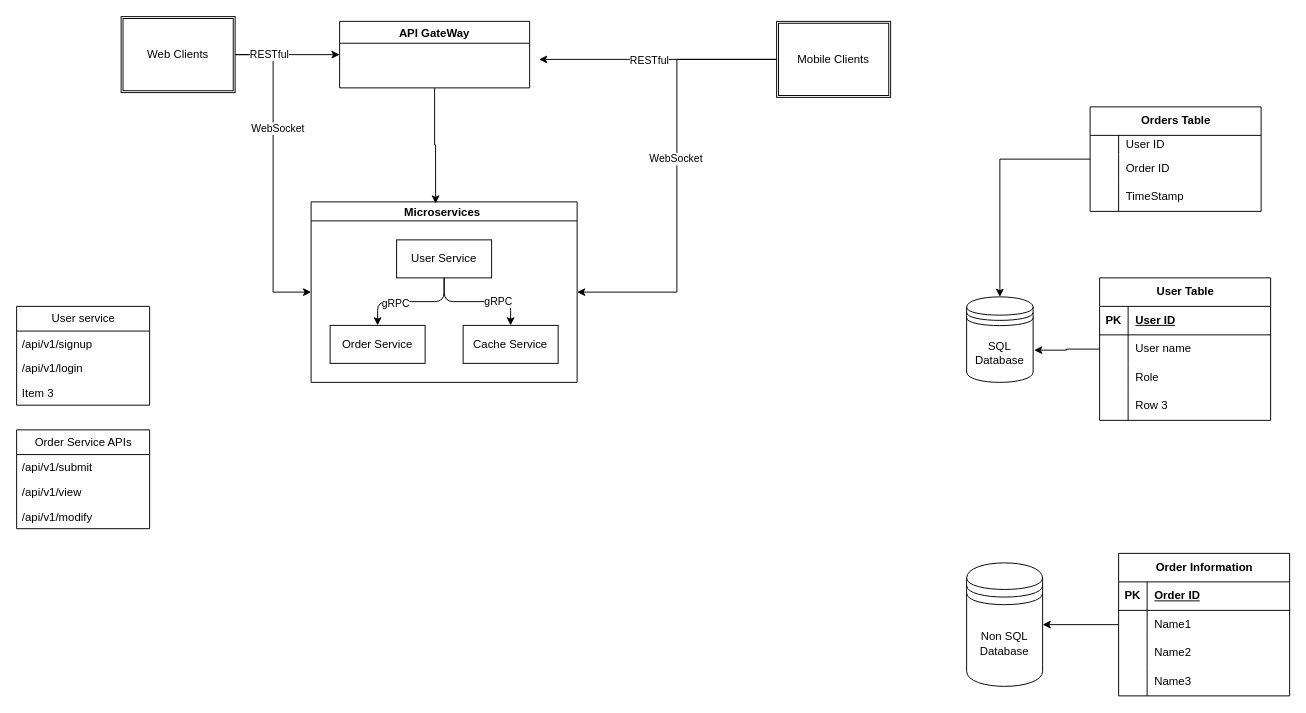
Earlier version of the draw.io diagram HiServer Design.drawio (Hi-TechThreads/HiServer). Source tidied: cells renumbered, new cells numbered last; positions are measured from the earlier drawing's top-left corner, leaving out a move shared by most shapes. Both pictures are drawn from the tidied source at 95%, with x=0, y=0 at pixel (16, 16).
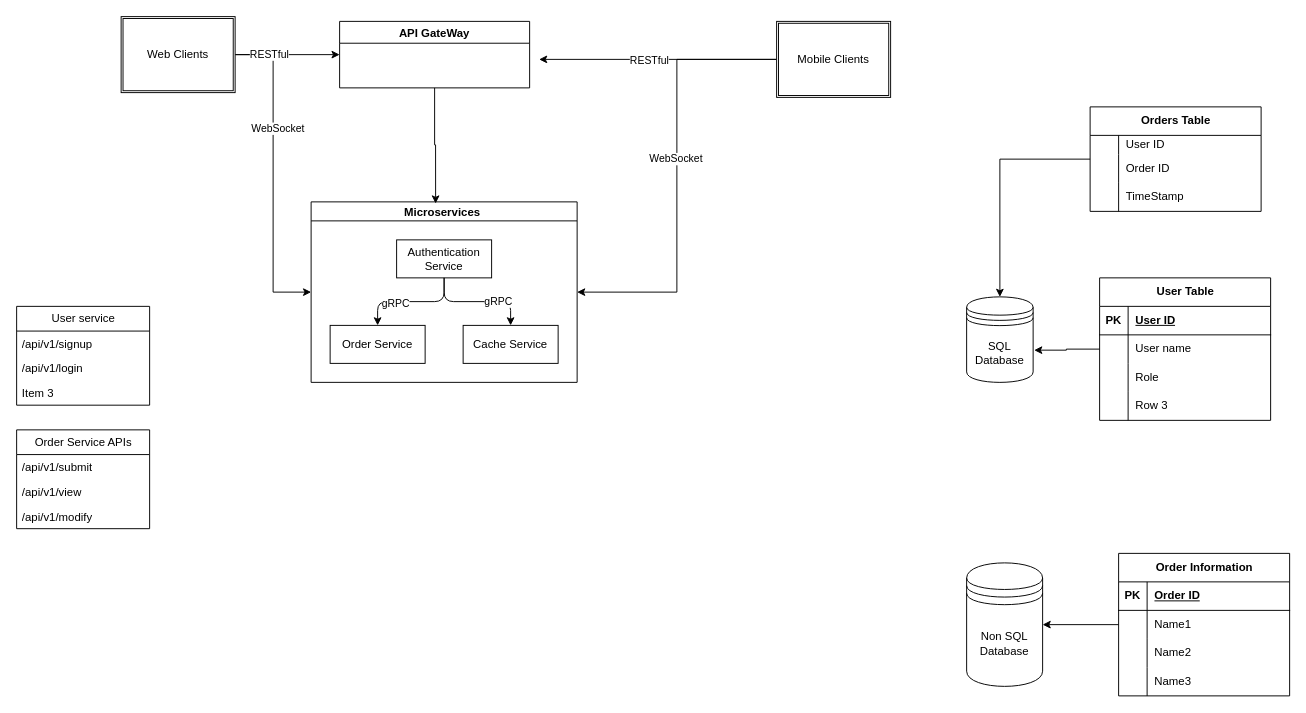
The same page after the edit.

The change refers to these unchanged cells:
```xml
<mxCell id="13" value="Microservices " style="swimlane;startSize=20;horizontal=1;horizontalTree=0;sortEdges=1;containerType=tree;fontSize=12;" parent="1" vertex="1">
  <mxGeometry x="310" y="195" width="280" height="190" as="geometry" />
</mxCell>
```

Diff of the diagram source:
```diff
@@
-    <mxCell id="14" value="User Service" style="whiteSpace=wrap;html=1;" parent="13" vertex="1">
+    <mxCell id="14" value="Authentication Service" style="whiteSpace=wrap;html=1;" parent="13" vertex="1">
       <mxGeometry x="90" y="40" width="100" height="40" as="geometry" />
     </mxCell>
```
